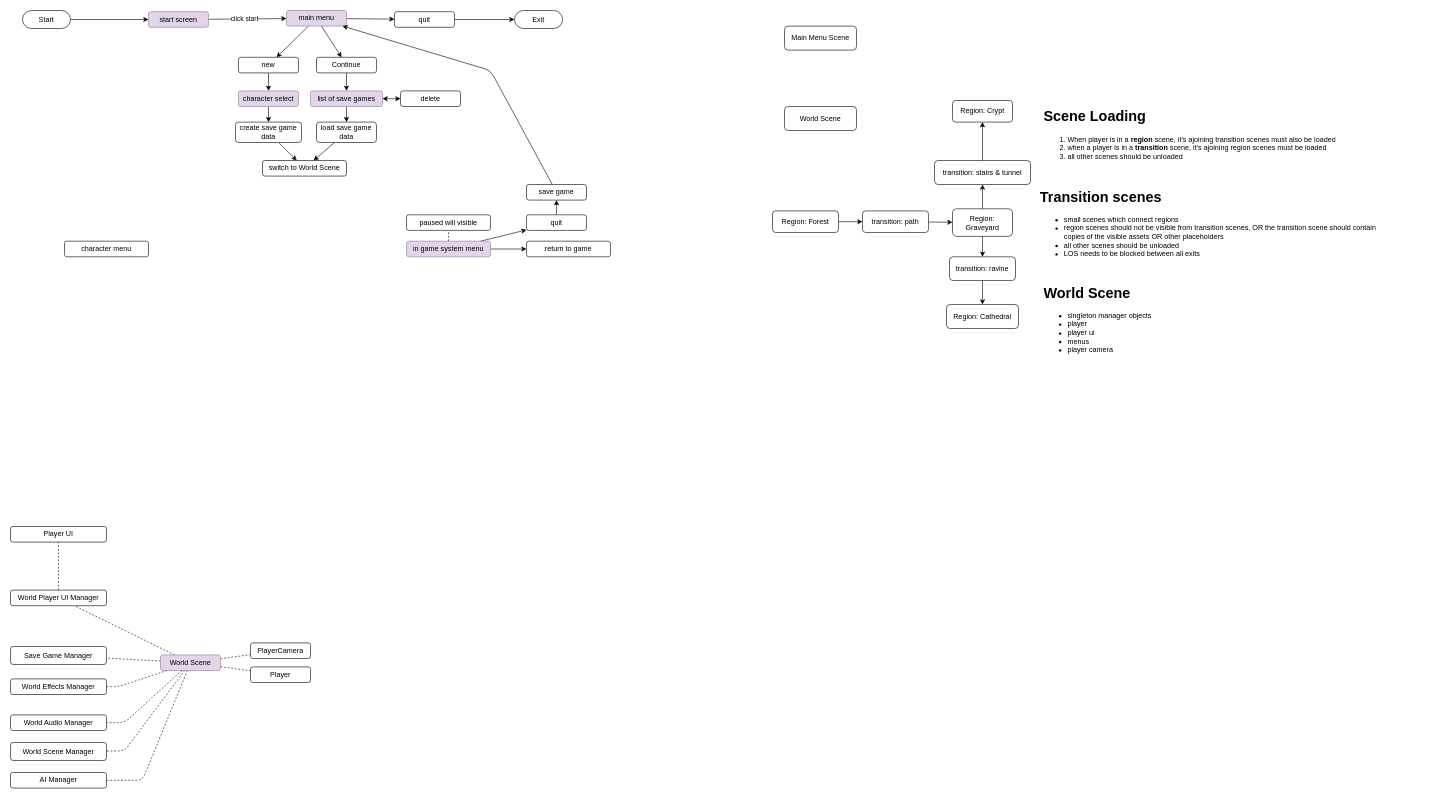
This is Assets/flow.drawio from dmison/Aphilion, a draw.io file, before an edit. Source tidied: cells renumbered, new cells numbered last; positions are measured from the earlier drawing's top-left corner, leaving out a move shared by most shapes. Both pictures are drawn from the tidied source at 60%, with x=0, y=0 at pixel (10, 10).
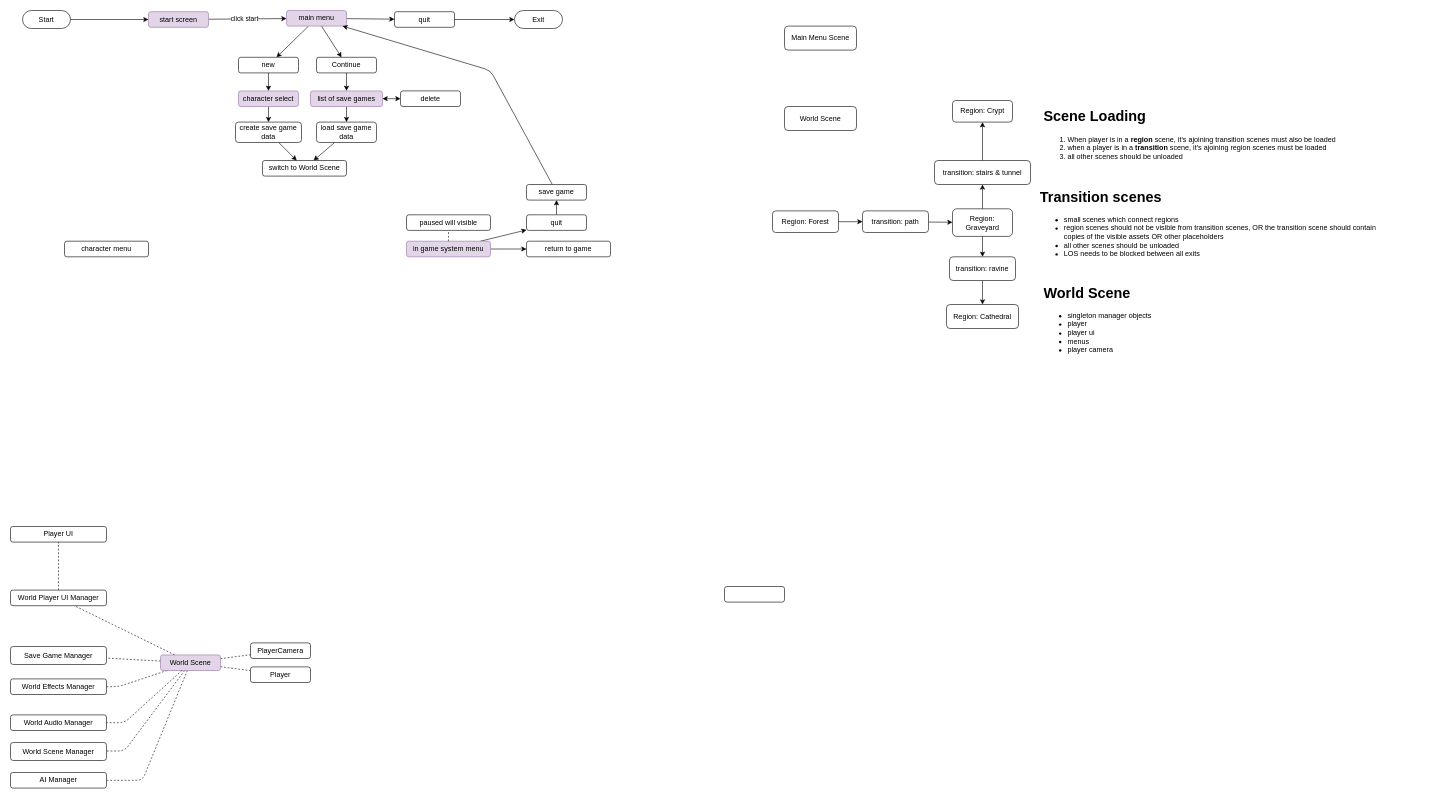
The same page after the edit.

The edit, as a diff of the source:
```diff
@@
+    <mxCell id="77" style="rounded=1;whiteSpace=wrap;html=1;" parent="1" vertex="1">
+      <mxGeometry x="1190" y="960" width="100" height="26" as="geometry" />
+    </mxCell>
```
